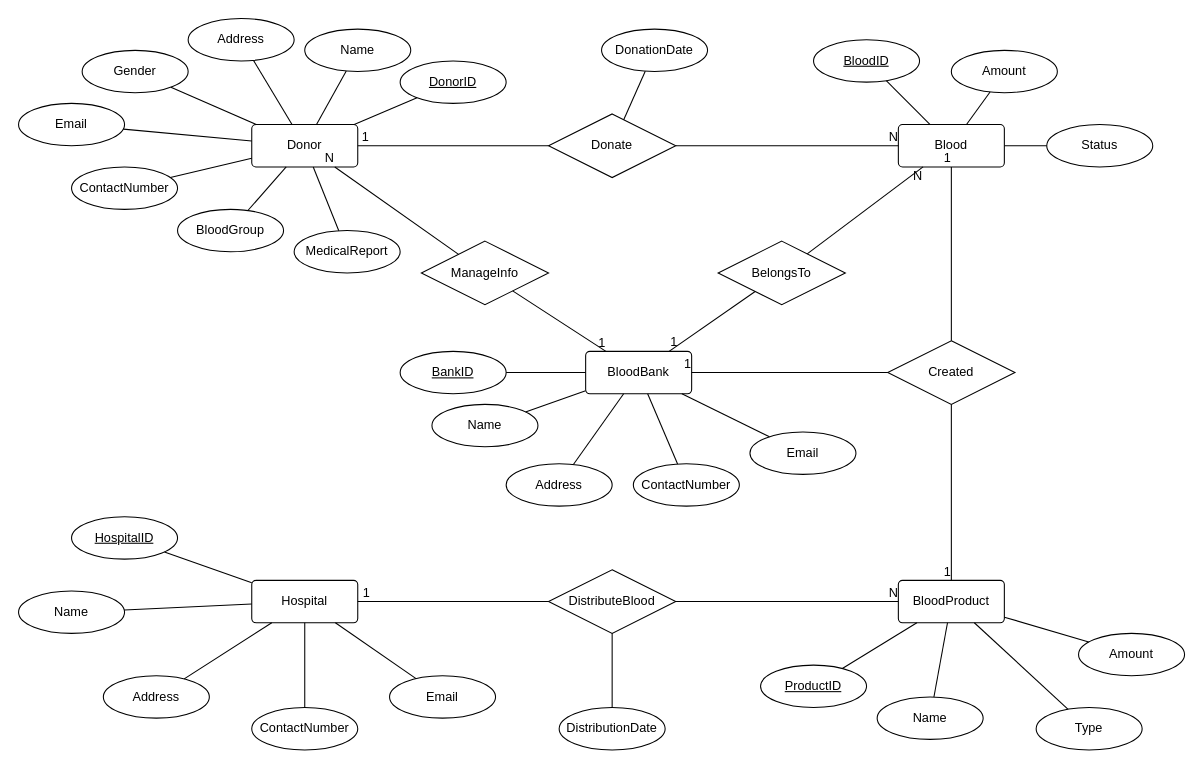
phucnguyen111/DatabaseProject-BloodManagement keeps this draw.io diagram as Project.drawio. Above is the earlier version. Source tidied: cells renumbered, new cells numbered last; positions are measured from the earlier drawing's top-left corner, leaving out a move shared by most shapes. Both pictures are drawn from the tidied source at 106%, with x=0, y=0 at pixel (18, 18).
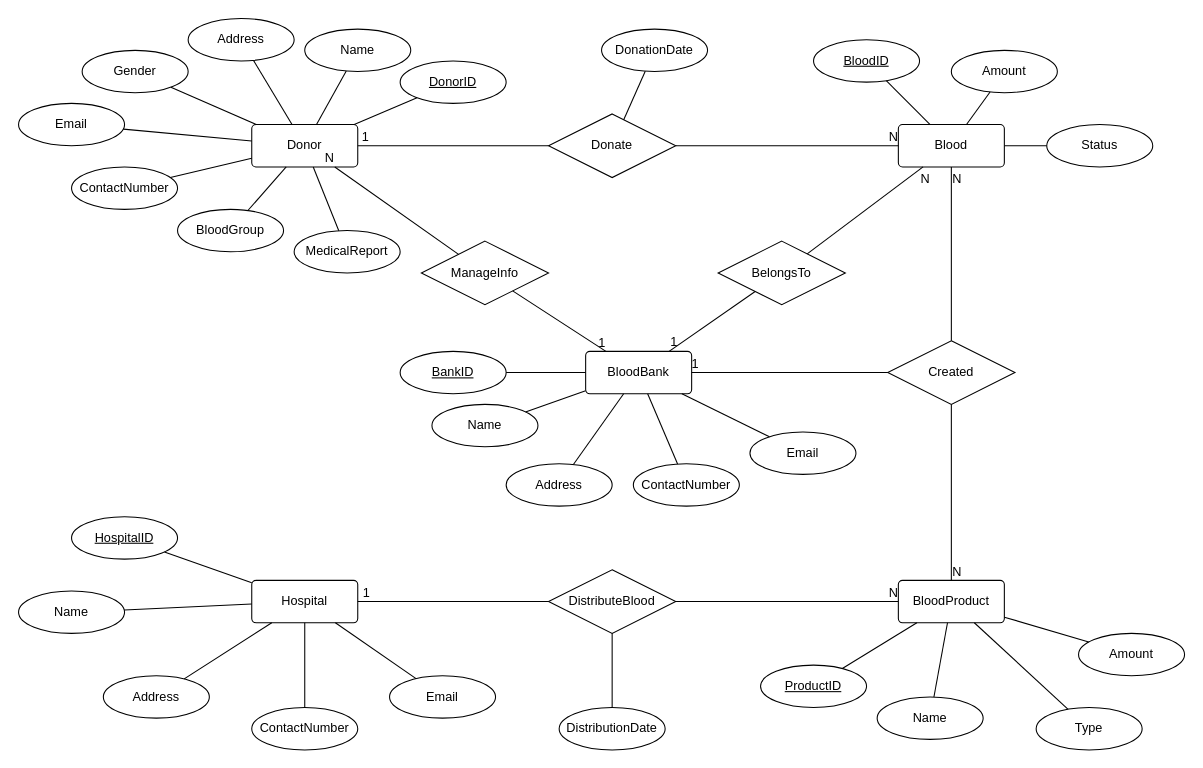
After the change.

Commit message:
Fixing the relation 'Created' between BloodBank, Blood and BloodProduct

The change refers to these unchanged cells:
```xml
<mxCell id="39" style="endArrow=none;html=1;rounded=0;" parent="1" edge="1" source="36" target="26">
  <mxGeometry relative="1" as="geometry" />
</mxCell>
<mxCell id="82" style="endArrow=none;html=1;rounded=0;" parent="1" edge="1" source="81" target="17">
  <mxGeometry relative="1" as="geometry" />
</mxCell>
<mxCell id="84" style="endArrow=none;html=1;rounded=0;" parent="1" edge="1" source="81" target="26">
  <mxGeometry relative="1" as="geometry" />
</mxCell>
<mxCell id="86" style="endArrow=none;html=1;rounded=0;" parent="1" edge="1" source="81" target="72">
  <mxGeometry relative="1" as="geometry" />
</mxCell>
```

Diff of the diagram source:
```diff
@@
     <mxCell id="40" value="N" style="html=1;align=right;verticalAlign=bottom;" parent="39" vertex="1">
       <mxGeometry x="1" relative="1" as="geometry">
-        <mxPoint x="-1" y="17" as="offset" />
+        <mxPoint x="6.4" y="20.2" as="offset" />
       </mxGeometry>
     </mxCell>
@@
     <mxCell id="83" value="1" style="html=1;align=right;verticalAlign=bottom;" parent="82" vertex="1">
-      <mxGeometry x="1" relative="1" as="geometry" />
+      <mxGeometry x="1" relative="1" as="geometry">
+        <mxPoint x="7" as="offset" />
+      </mxGeometry>
     </mxCell>
@@
-    <mxCell id="85" value="1" style="html=1;align=right;verticalAlign=bottom;" parent="84" vertex="1">
-      <mxGeometry x="1" relative="1" as="geometry" />
+    <mxCell id="85" value="N" style="html=1;align=right;verticalAlign=bottom;" parent="84" vertex="1">
+      <mxGeometry x="1" relative="1" as="geometry">
+        <mxPoint x="10" y="20" as="offset" />
+      </mxGeometry>
     </mxCell>
@@
-    <mxCell id="87" value="1" style="html=1;align=right;verticalAlign=bottom;" parent="86" vertex="1">
-      <mxGeometry x="1" relative="1" as="geometry" />
+    <mxCell id="87" value="N" style="html=1;align=right;verticalAlign=bottom;" parent="86" vertex="1">
+      <mxGeometry x="1" relative="1" as="geometry">
+        <mxPoint x="10" as="offset" />
+      </mxGeometry>
     </mxCell>
```
